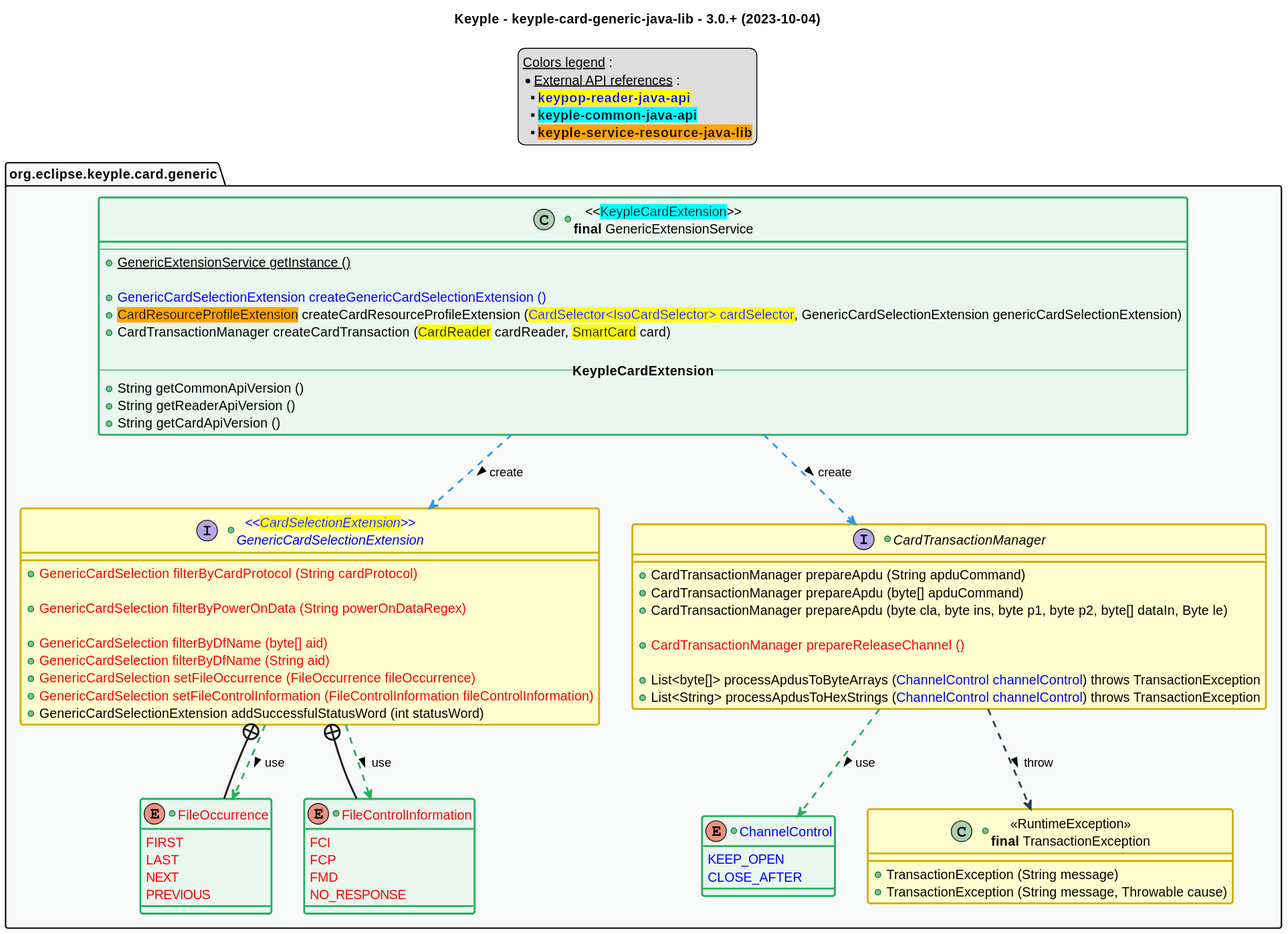
Above: src/main/uml/api_class_diagram.svg in eclipse-keyple/keyple-card-generic-java-lib (PlantUML), before the change.
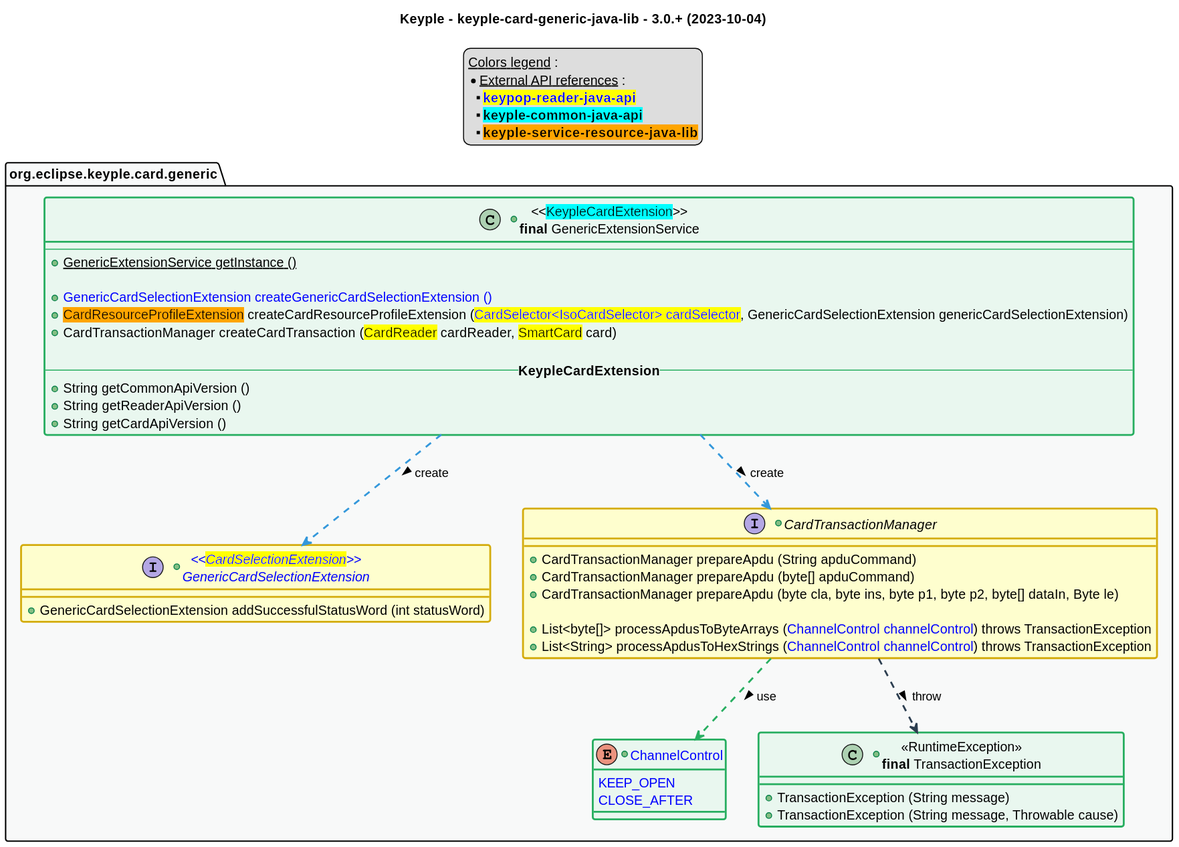
Later version of the same file.

Diff of the diagram source:
```diff
@@ -64,34 +64,12 @@
         +String getCardApiVersion ()
     }
     +interface "<color:blue><<<back:yellow>CardSelectionExtension</back>>>\n<color:blue>GenericCardSelectionExtension" as GenericCardSelectionExtension {
-        +<color:red>GenericCardSelection filterByCardProtocol (String cardProtocol)
-
-        +<color:red>GenericCardSelection filterByPowerOnData (String powerOnDataRegex)
-
-        +<color:red>GenericCardSelection filterByDfName (byte[] aid)
-        +<color:red>GenericCardSelection filterByDfName (String aid)
-        +<color:red>GenericCardSelection setFileOccurrence (FileOccurrence fileOccurrence)
-        +<color:red>GenericCardSelection setFileControlInformation (FileControlInformation fileControlInformation)
         +GenericCardSelectionExtension addSuccessfulStatusWord (int statusWord)
-    }
-    +enum "<color:red>FileOccurrence" as FileOccurrence <<green>> {
-        <color:red>FIRST
-        <color:red>LAST
-        <color:red>NEXT
-        <color:red>PREVIOUS
-    }
-    +enum "<color:red>FileControlInformation" as FileControlInformation <<green>> {
-        <color:red>FCI
-        <color:red>FCP
-        <color:red>FMD
-        <color:red>NO_RESPONSE
     }
     +interface CardTransactionManager {
         +CardTransactionManager prepareApdu (String apduCommand)
         +CardTransactionManager prepareApdu (byte[] apduCommand)
         +CardTransactionManager prepareApdu (byte cla, byte ins, byte p1, byte p2, byte[] dataIn, Byte le)
-
-        +<color:red>CardTransactionManager prepareReleaseChannel ()
 
         +List<byte[]> processApdusToByteArrays (<color:blue>ChannelControl channelControl</color>) throws TransactionException
         +List<String> processApdusToHexStrings (<color:blue>ChannelControl channelControl</color>) throws TransactionException
@@ -100,7 +78,7 @@
         <color:blue>KEEP_OPEN
         <color:blue>CLOSE_AFTER
     }
-    +class "<<RuntimeException>>\n**final** TransactionException" as TransactionException {
+    +class "<<RuntimeException>>\n**final** TransactionException" as TransactionException <<green>> {
         +TransactionException (String message)
         +TransactionException (String message, Throwable cause)
     }
@@ -111,11 +89,6 @@
 GenericExtensionService ..> GenericCardSelectionExtension #C_LINK : create >
 GenericExtensionService ..> CardTransactionManager #C_LINK : create >
 
-GenericCardSelectionExtension +-- FileOccurrence
-GenericCardSelectionExtension ..> FileOccurrence #C_USE : use >
-GenericCardSelectionExtension +-- FileControlInformation
-GenericCardSelectionExtension ..> FileControlInformation #C_USE : use >
-
 CardTransactionManager ..> ChannelControl #C_USE : use >
 CardTransactionManager ..> TransactionException #C_THROW : throw >
 
```
